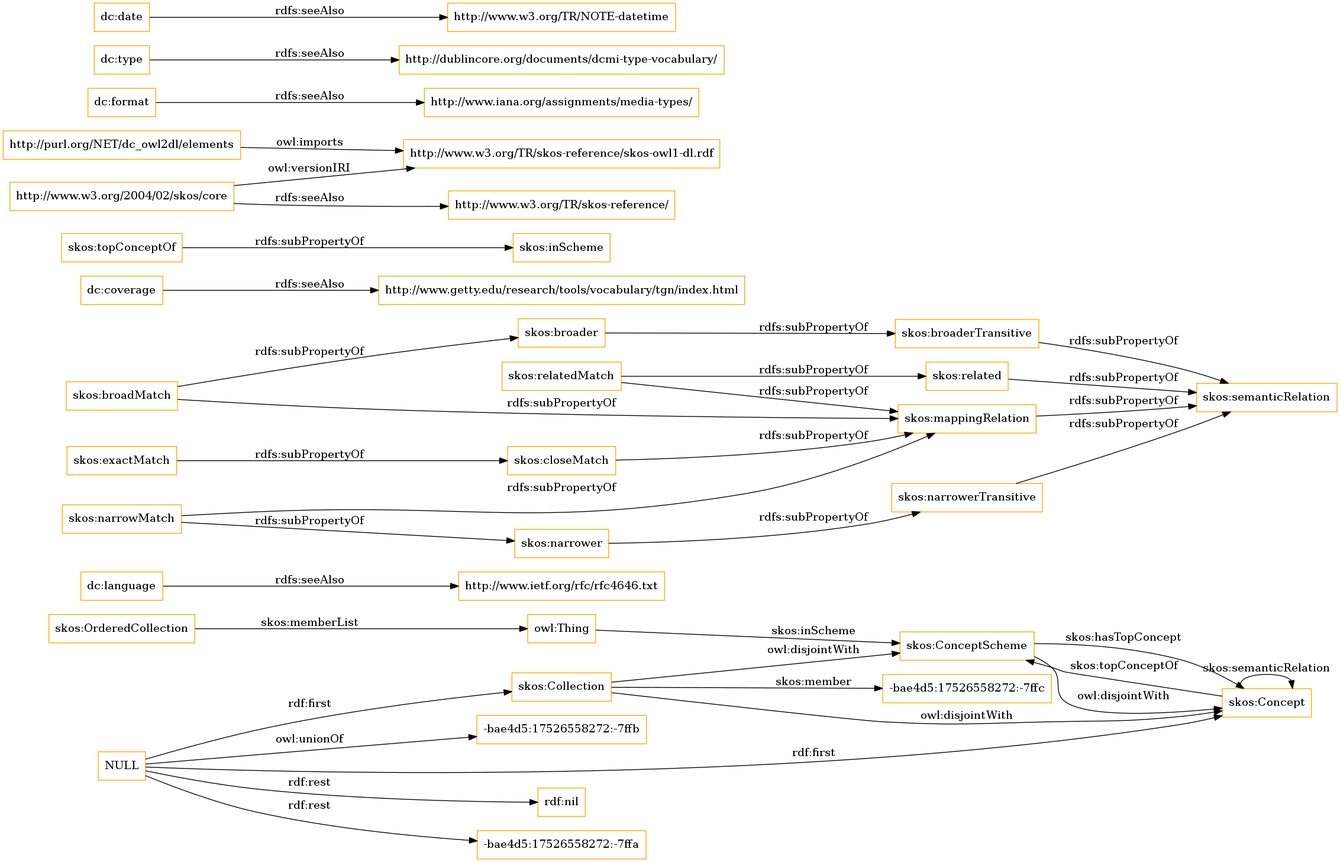
OnToologyUser/core-ontology-1 keeps this Graphviz diagram as OnToology/imports/elements.owl/diagrams/ar2dtool-class/elements.owl.png. Above is the earlier version. Its source is kept beside it as OnToology/imports/elements.owl/diagrams/ar2dtool-class/elements.owl.png.dot.
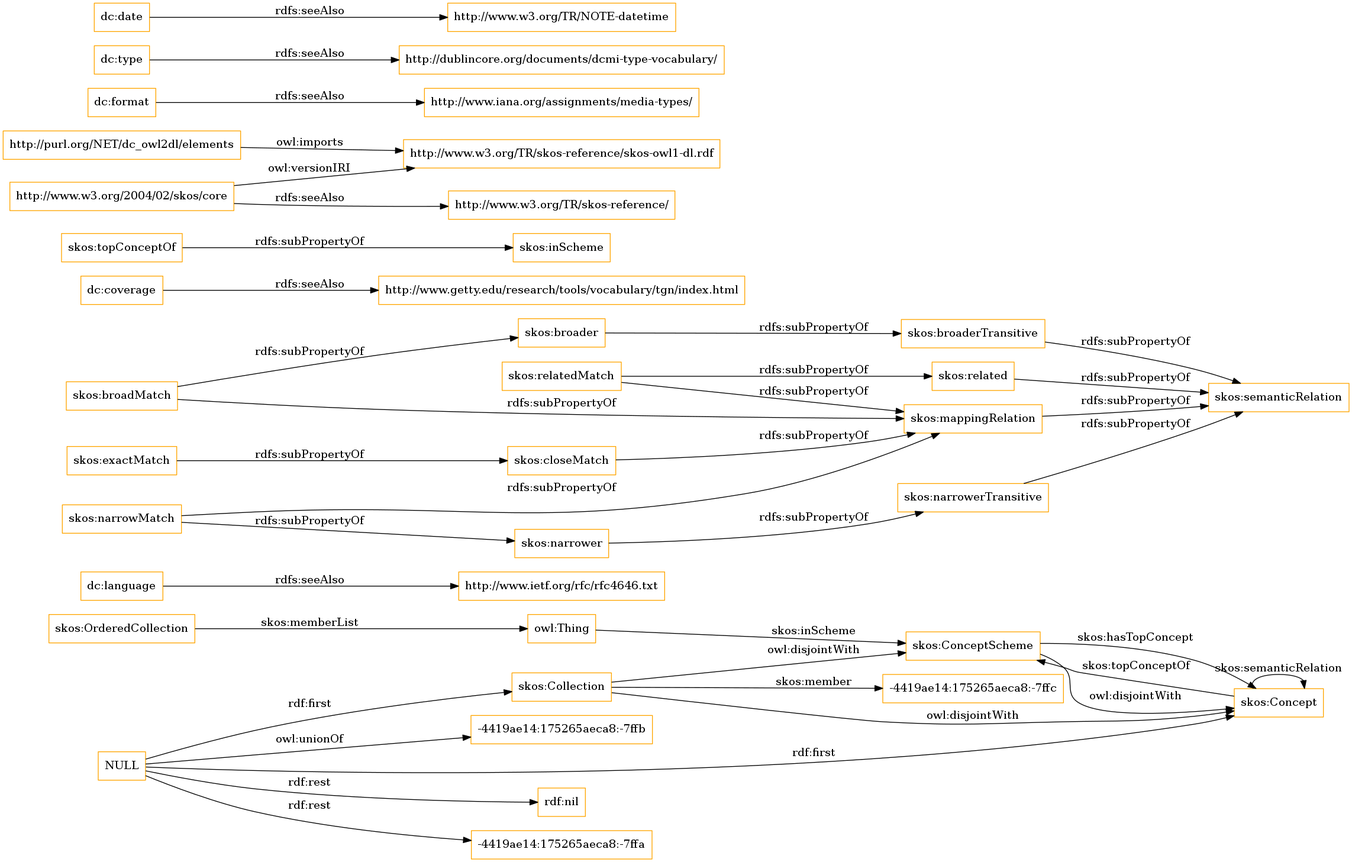
Above is the later version.

Diff of the diagram source:
```diff
@@ -1,13 +1,13 @@
 digraph ar2dtool_diagram {
 rankdir=LR;
 size="1501"
-node [shape = rectangle, color="orange"]; "-bae4d5:17526558272:-7ffc" "skos:OrderedCollection" "skos:Collection" "skos:ConceptScheme" "skos:Concept" ; /*classes style*/
+node [shape = rectangle, color="orange"]; "-4419ae14:175265aeca8:-7ffc" "skos:OrderedCollection" "skos:Collection" "skos:ConceptScheme" "skos:Concept" ; /*classes style*/
 	"dc:language" -> "http://www.ietf.org/rfc/rfc4646.txt" [ label = "rdfs:seeAlso" ];
 	"NULL" -> "rdf:nil" [ label = "rdf:rest" ];
 	"NULL" -> "skos:Collection" [ label = "rdf:first" ];
-	"NULL" -> "-bae4d5:17526558272:-7ffa" [ label = "rdf:rest" ];
+	"NULL" -> "-4419ae14:175265aeca8:-7ffa" [ label = "rdf:rest" ];
 	"NULL" -> "skos:Concept" [ label = "rdf:first" ];
-	"NULL" -> "-bae4d5:17526558272:-7ffb" [ label = "owl:unionOf" ];
+	"NULL" -> "-4419ae14:175265aeca8:-7ffb" [ label = "owl:unionOf" ];
 	"skos:closeMatch" -> "skos:mappingRelation" [ label = "rdfs:subPropertyOf" ];
 	"dc:coverage" -> "http://www.getty.edu/research/tools/vocabulary/tgn/index.html" [ label = "rdfs:seeAlso" ];
 	"skos:relatedMatch" -> "skos:related" [ label = "rdfs:subPropertyOf" ];
@@ -36,7 +36,7 @@
 	"skos:OrderedCollection" -> "owl:Thing" [ label = "skos:memberList" ];
 	"skos:Concept" -> "skos:ConceptScheme" [ label = "skos:topConceptOf" ];
 	"skos:Concept" -> "skos:Concept" [ label = "skos:semanticRelation" ];
-	"skos:Collection" -> "-bae4d5:17526558272:-7ffc" [ label = "skos:member" ];
+	"skos:Collection" -> "-4419ae14:175265aeca8:-7ffc" [ label = "skos:member" ];
 	"skos:ConceptScheme" -> "skos:Concept" [ label = "skos:hasTopConcept" ];
 	"owl:Thing" -> "skos:ConceptScheme" [ label = "skos:inScheme" ];
 
```
